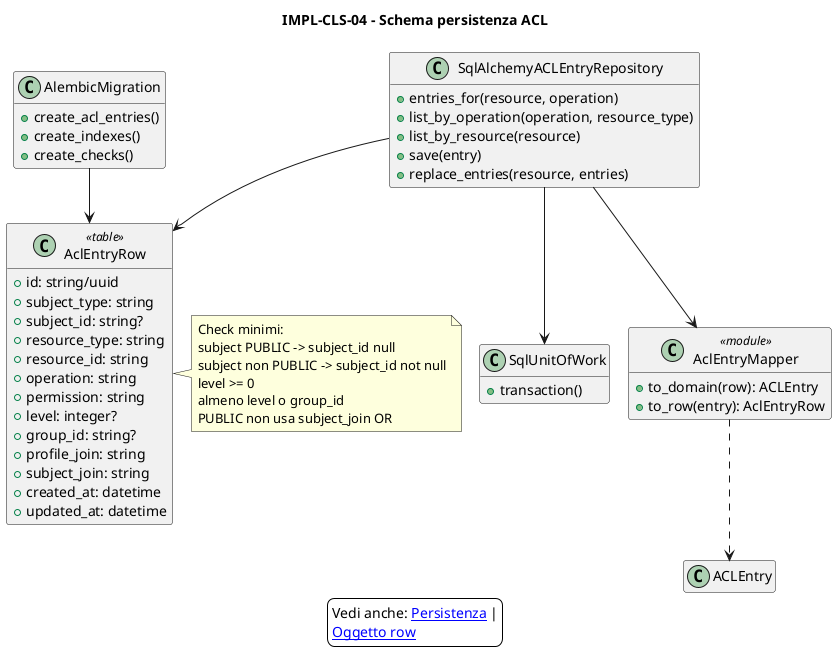
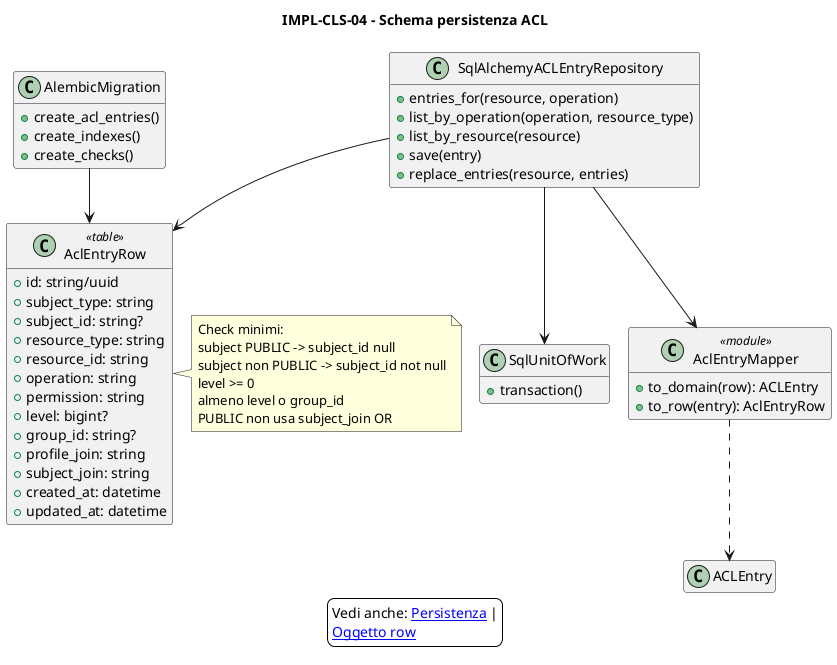
@startuml impl_cls_04_persistence_schema
' Title: Sistema ACL - impl_cls_04_persistence_schema
' Author/Licensor: Francesco
' Source: this repository
' License: Creative Commons Attribution-ShareAlike 4.0 International
' License URL: https://creativecommons.org/licenses/by-sa/4.0/
' SPDX-License-Identifier: CC-BY-SA-4.0
!pragma layout smetana
skinparam backgroundColor white
skinparam nodesep 80
skinparam ranksep 80
title IMPL-CLS-04 - Schema persistenza ACL
skinparam shadowing false
hide empty members

class AclEntryRow <<table>> {
  +id: string/uuid
  +subject_type: string
  +subject_id: string?
  +resource_type: string
  +resource_id: string
  +operation: string
  +permission: string
-   +level: integer?
+   +level: bigint?
  +group_id: string?
  +profile_join: string
  +subject_join: string
  +created_at: datetime
  +updated_at: datetime
}

class SqlAlchemyACLEntryRepository {
  +entries_for(resource, operation)
  +list_by_operation(operation, resource_type)
  +list_by_resource(resource)
  +save(entry)
  +replace_entries(resource, entries)
}

class SqlUnitOfWork {
  +transaction()
}

class AlembicMigration {
  +create_acl_entries()
  +create_indexes()
  +create_checks()
}

class AclEntryMapper <<module>> {
  +to_domain(row): ACLEntry
  +to_row(entry): AclEntryRow
}

SqlAlchemyACLEntryRepository --> AclEntryRow
SqlAlchemyACLEntryRepository --> AclEntryMapper
SqlAlchemyACLEntryRepository --> SqlUnitOfWork
AlembicMigration --> AclEntryRow
AclEntryMapper ..> ACLEntry

note right of AclEntryRow
  Check minimi:
  subject PUBLIC -> subject_id null
  subject non PUBLIC -> subject_id not null
  level >= 0
  almeno level o group_id
  PUBLIC non usa subject_join OR
end note

legend
  Vedi anche: [[../componenti/04_persistenza_config_audit.puml Persistenza]] |
  [[../oggetti/05_sql_row_mapping.puml Oggetto row]]
endlegend
@enduml
